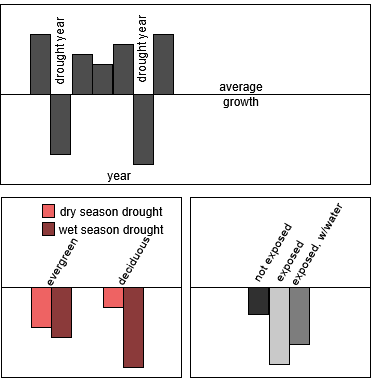
Above: doc/display/hypothesis_schematic.drawio.png in forestgeo/growth-precip-thailand (draw.io), before the change. Source tidied: cells renumbered, new cells last; positions are measured from the earlier drawing's top-left corner, leaving out a move shared by most shapes. Source of this version:
```xml
<mxGraphModel>
  <root>
    <mxCell id="0" />
    <mxCell id="1" parent="0" />
    <mxCell id="2" style="rounded=0;whiteSpace=wrap;html=1;" parent="1" vertex="1">
      <mxGeometry width="370" height="180" as="geometry" />
    </mxCell>
    <mxCell id="3" style="endArrow=none;html=1;rounded=0;exitX=0;exitY=0.5;exitDx=0;exitDy=0;entryX=1;entryY=0.5;entryDx=0;entryDy=0;" parent="1" edge="1" source="12" target="2">
      <mxGeometry relative="1" as="geometry" />
    </mxCell>
    <mxCell id="4" style="rounded=0;whiteSpace=wrap;html=1;fillColor=#4D4D4D;" parent="1" vertex="1">
      <mxGeometry x="30" y="30" width="20" height="60" as="geometry" />
    </mxCell>
    <mxCell id="5" style="rounded=0;whiteSpace=wrap;html=1;fillColor=#4D4D4D;" parent="1" vertex="1">
      <mxGeometry x="50" y="90" width="20" height="60" as="geometry" />
    </mxCell>
    <mxCell id="6" style="rounded=0;whiteSpace=wrap;html=1;fillColor=#4D4D4D;" parent="1" vertex="1">
      <mxGeometry x="72" y="50" width="20" height="40" as="geometry" />
    </mxCell>
    <mxCell id="7" style="rounded=0;whiteSpace=wrap;html=1;fillColor=#4D4D4D;" parent="1" vertex="1">
      <mxGeometry x="92" y="60" width="20" height="30" as="geometry" />
    </mxCell>
    <mxCell id="8" style="rounded=0;whiteSpace=wrap;html=1;fillColor=#4D4D4D;" parent="1" vertex="1">
      <mxGeometry x="113" y="40" width="20" height="50" as="geometry" />
    </mxCell>
    <mxCell id="9" style="rounded=0;whiteSpace=wrap;html=1;fillColor=#4D4D4D;" parent="1" vertex="1">
      <mxGeometry x="133" y="90" width="20" height="70" as="geometry" />
    </mxCell>
    <mxCell id="10" style="rounded=0;whiteSpace=wrap;html=1;fillColor=#4D4D4D;" parent="1" vertex="1">
      <mxGeometry x="153" y="30" width="20" height="60" as="geometry" />
    </mxCell>
    <mxCell id="11" style="endArrow=none;html=1;rounded=0;exitX=0;exitY=0.5;exitDx=0;exitDy=0;entryX=1;entryY=0.5;entryDx=0;entryDy=0;" parent="1" edge="1" source="2" target="12">
      <mxGeometry relative="1" as="geometry" />
    </mxCell>
    <mxCell id="12" value="average growth" style="text;html=1;align=center;verticalAlign=middle;whiteSpace=wrap;rounded=0;" parent="1" vertex="1">
      <mxGeometry x="211" y="75" width="60" height="30" as="geometry" />
    </mxCell>
    <mxCell id="13" value="drought year" style="text;html=1;align=center;verticalAlign=middle;whiteSpace=wrap;rounded=0;rotation=-90;" parent="1" vertex="1">
      <mxGeometry x="92" y="30" width="98" height="30" as="geometry" />
    </mxCell>
    <mxCell id="14" value="drought year" style="text;html=1;align=center;verticalAlign=middle;whiteSpace=wrap;rounded=0;rotation=-90;" parent="1" vertex="1">
      <mxGeometry x="10" y="32" width="98" height="30" as="geometry" />
    </mxCell>
    <mxCell id="15" value="year" style="text;html=1;align=center;verticalAlign=middle;whiteSpace=wrap;rounded=0;" parent="1" vertex="1">
      <mxGeometry x="89" y="156" width="60" height="30" as="geometry" />
    </mxCell>
    <mxCell id="16" style="rounded=0;whiteSpace=wrap;html=1;" parent="1" vertex="1">
      <mxGeometry x="1" y="193" width="180" height="180" as="geometry" />
    </mxCell>
    <mxCell id="17" style="endArrow=none;html=1;rounded=0;exitX=0;exitY=0.5;exitDx=0;exitDy=0;" parent="1" edge="1">
      <mxGeometry relative="1" as="geometry">
        <mxPoint x="1" y="283" as="sourcePoint" />
        <mxPoint x="181" y="283" as="targetPoint" />
      </mxGeometry>
    </mxCell>
    <mxCell id="18" style="rounded=0;whiteSpace=wrap;html=1;fillColor=#EE6363;" parent="1" vertex="1">
      <mxGeometry x="31" y="283" width="20" height="40" as="geometry" />
    </mxCell>
    <mxCell id="19" style="rounded=0;whiteSpace=wrap;html=1;fillColor=#8B3A3A;" parent="1" vertex="1">
      <mxGeometry x="51" y="283" width="20" height="50" as="geometry" />
    </mxCell>
    <mxCell id="20" style="rounded=0;whiteSpace=wrap;html=1;fillColor=#EE6363;" parent="1" vertex="1">
      <mxGeometry x="103" y="283" width="20" height="20" as="geometry" />
    </mxCell>
    <mxCell id="21" style="rounded=0;whiteSpace=wrap;html=1;fillColor=#8B3A3A;" parent="1" vertex="1">
      <mxGeometry x="123" y="283" width="20" height="80" as="geometry" />
    </mxCell>
    <mxCell id="22" style="rounded=0;whiteSpace=wrap;html=1;fillColor=#EE6363;" parent="1" vertex="1">
      <mxGeometry x="42" y="200" width="12" height="13" as="geometry" />
    </mxCell>
    <mxCell id="23" value="dry season drought" style="text;html=1;align=center;verticalAlign=middle;whiteSpace=wrap;rounded=0;" parent="1" vertex="1">
      <mxGeometry x="51" y="191.5" width="120" height="30" as="geometry" />
    </mxCell>
    <mxCell id="24" style="rounded=0;whiteSpace=wrap;html=1;fillColor=#8B3A3A;" parent="1" vertex="1">
      <mxGeometry x="42" y="218" width="12" height="13" as="geometry" />
    </mxCell>
    <mxCell id="25" value="wet season drought" style="text;html=1;align=center;verticalAlign=middle;whiteSpace=wrap;rounded=0;" parent="1" vertex="1">
      <mxGeometry x="51" y="209.5" width="120" height="30" as="geometry" />
    </mxCell>
    <mxCell id="26" value="evergreen" style="text;html=1;align=center;verticalAlign=middle;whiteSpace=wrap;rounded=0;rotation=-60;" parent="1" vertex="1">
      <mxGeometry x="31" y="242" width="60" height="30" as="geometry" />
    </mxCell>
    <mxCell id="27" value="&lt;div&gt;deciduous&lt;/div&gt;" style="text;html=1;align=center;verticalAlign=middle;whiteSpace=wrap;rounded=0;rotation=-60;" parent="1" vertex="1">
      <mxGeometry x="103" y="241" width="60" height="30" as="geometry" />
    </mxCell>
    <mxCell id="28" style="rounded=0;whiteSpace=wrap;html=1;" parent="1" vertex="1">
      <mxGeometry x="190" y="193" width="180" height="180" as="geometry" />
    </mxCell>
    <mxCell id="29" style="endArrow=none;html=1;rounded=0;exitX=0;exitY=0.5;exitDx=0;exitDy=0;" parent="1" edge="1">
      <mxGeometry relative="1" as="geometry">
        <mxPoint x="190" y="283" as="sourcePoint" />
        <mxPoint x="370" y="283" as="targetPoint" />
      </mxGeometry>
    </mxCell>
    <mxCell id="30" style="rounded=0;whiteSpace=wrap;html=1;fillColor=#303030;" parent="1" vertex="1">
      <mxGeometry x="248" y="283" width="20" height="27" as="geometry" />
    </mxCell>
    <mxCell id="31" style="rounded=0;whiteSpace=wrap;html=1;fillColor=#C9C9C9;" parent="1" vertex="1">
      <mxGeometry x="269" y="283" width="20" height="77" as="geometry" />
    </mxCell>
    <mxCell id="32" style="rounded=0;whiteSpace=wrap;html=1;fillColor=#7D7D7D;" parent="1" vertex="1">
      <mxGeometry x="289" y="283" width="20" height="57" as="geometry" />
    </mxCell>
    <mxCell id="33" value="not exposed" style="text;html=1;align=center;verticalAlign=middle;whiteSpace=wrap;rounded=0;rotation=-60;" parent="1" vertex="1">
      <mxGeometry x="227" y="233" width="90" height="30" as="geometry" />
    </mxCell>
    <mxCell id="34" value="exposed" style="text;html=1;align=center;verticalAlign=middle;whiteSpace=wrap;rounded=0;rotation=-60;" parent="1" vertex="1">
      <mxGeometry x="238.8" y="242.2" width="100.5" height="30" as="geometry" />
    </mxCell>
    <mxCell id="35" value="exposed, w/water" style="text;html=1;align=center;verticalAlign=middle;whiteSpace=wrap;rounded=0;rotation=-60;" parent="1" vertex="1">
      <mxGeometry x="258.7" y="225.2" width="114.6" height="30" as="geometry" />
    </mxCell>
  </root>
</mxGraphModel>
```
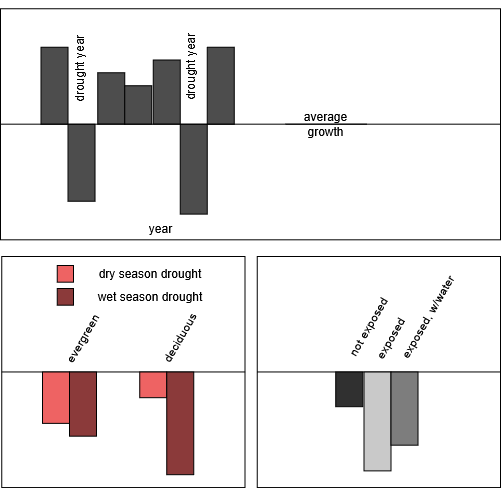
Above is the later version.

What changed in the source:
```diff
@@ -2,113 +2,116 @@
   <root>
     <mxCell id="0" />
     <mxCell id="1" parent="0" />
+    <mxCell id="36" style="group;" parent="1" vertex="1">
+      <mxGeometry y="-4" width="500" height="484" as="geometry" />
+    </mxCell>
-    <mxCell id="2" style="rounded=0;whiteSpace=wrap;html=1;" parent="1" vertex="1">
-      <mxGeometry width="370" height="180" as="geometry" />
+    <mxCell id="2" style="rounded=0;whiteSpace=wrap;html=1;" parent="36" vertex="1">
+      <mxGeometry y="5.1" width="500" height="231.1" as="geometry" />
     </mxCell>
-    <mxCell id="3" style="endArrow=none;html=1;rounded=0;exitX=0;exitY=0.5;exitDx=0;exitDy=0;entryX=1;entryY=0.5;entryDx=0;entryDy=0;" parent="1" edge="1" source="12" target="2">
+    <mxCell id="3" style="endArrow=none;html=1;rounded=0;exitX=0;exitY=0.5;exitDx=0;exitDy=0;entryX=1;entryY=0.5;entryDx=0;entryDy=0;" parent="36" edge="1" source="12" target="2">
       <mxGeometry relative="1" as="geometry" />
     </mxCell>
-    <mxCell id="4" style="rounded=0;whiteSpace=wrap;html=1;fillColor=#4D4D4D;" parent="1" vertex="1">
-      <mxGeometry x="30" y="30" width="20" height="60" as="geometry" />
+    <mxCell id="4" style="rounded=0;whiteSpace=wrap;html=1;fillColor=#4D4D4D;" parent="36" vertex="1">
+      <mxGeometry x="40.5" y="43.6" width="27" height="77" as="geometry" />
     </mxCell>
-    <mxCell id="5" style="rounded=0;whiteSpace=wrap;html=1;fillColor=#4D4D4D;" parent="1" vertex="1">
-      <mxGeometry x="50" y="90" width="20" height="60" as="geometry" />
+    <mxCell id="5" style="rounded=0;whiteSpace=wrap;html=1;fillColor=#4D4D4D;" parent="36" vertex="1">
+      <mxGeometry x="67.6" y="120.7" width="27" height="77" as="geometry" />
     </mxCell>
-    <mxCell id="6" style="rounded=0;whiteSpace=wrap;html=1;fillColor=#4D4D4D;" parent="1" vertex="1">
-      <mxGeometry x="72" y="50" width="20" height="40" as="geometry" />
+    <mxCell id="6" style="rounded=0;whiteSpace=wrap;html=1;fillColor=#4D4D4D;" parent="36" vertex="1">
+      <mxGeometry x="97.3" y="69.3" width="27" height="51.4" as="geometry" />
     </mxCell>
-    <mxCell id="7" style="rounded=0;whiteSpace=wrap;html=1;fillColor=#4D4D4D;" parent="1" vertex="1">
-      <mxGeometry x="92" y="60" width="20" height="30" as="geometry" />
+    <mxCell id="7" style="rounded=0;whiteSpace=wrap;html=1;fillColor=#4D4D4D;" parent="36" vertex="1">
+      <mxGeometry x="124.3" y="82.2" width="27" height="38.5" as="geometry" />
     </mxCell>
-    <mxCell id="8" style="rounded=0;whiteSpace=wrap;html=1;fillColor=#4D4D4D;" parent="1" vertex="1">
-      <mxGeometry x="113" y="40" width="20" height="50" as="geometry" />
+    <mxCell id="8" style="rounded=0;whiteSpace=wrap;html=1;fillColor=#4D4D4D;" parent="36" vertex="1">
+      <mxGeometry x="152.7" y="56.5" width="27" height="64.2" as="geometry" />
     </mxCell>
-    <mxCell id="9" style="rounded=0;whiteSpace=wrap;html=1;fillColor=#4D4D4D;" parent="1" vertex="1">
-      <mxGeometry x="133" y="90" width="20" height="70" as="geometry" />
+    <mxCell id="9" style="rounded=0;whiteSpace=wrap;html=1;fillColor=#4D4D4D;" parent="36" vertex="1">
+      <mxGeometry x="179.7" y="120.7" width="27" height="89.9" as="geometry" />
     </mxCell>
-    <mxCell id="10" style="rounded=0;whiteSpace=wrap;html=1;fillColor=#4D4D4D;" parent="1" vertex="1">
-      <mxGeometry x="153" y="30" width="20" height="60" as="geometry" />
+    <mxCell id="10" style="rounded=0;whiteSpace=wrap;html=1;fillColor=#4D4D4D;" parent="36" vertex="1">
+      <mxGeometry x="206.8" y="43.6" width="27" height="77" as="geometry" />
     </mxCell>
-    <mxCell id="11" style="endArrow=none;html=1;rounded=0;exitX=0;exitY=0.5;exitDx=0;exitDy=0;entryX=1;entryY=0.5;entryDx=0;entryDy=0;" parent="1" edge="1" source="2" target="12">
+    <mxCell id="11" style="endArrow=none;html=1;rounded=0;exitX=0;exitY=0.5;exitDx=0;exitDy=0;entryX=1;entryY=0.5;entryDx=0;entryDy=0;" parent="36" edge="1" source="2" target="12">
       <mxGeometry relative="1" as="geometry" />
     </mxCell>
-    <mxCell id="12" value="average growth" style="text;html=1;align=center;verticalAlign=middle;whiteSpace=wrap;rounded=0;" parent="1" vertex="1">
-      <mxGeometry x="211" y="75" width="60" height="30" as="geometry" />
+    <mxCell id="12" value="average growth" style="text;html=1;align=center;verticalAlign=middle;whiteSpace=wrap;rounded=0;" parent="36" vertex="1">
+      <mxGeometry x="285.1" y="101.4" width="81.1" height="38.5" as="geometry" />
     </mxCell>
-    <mxCell id="13" value="drought year" style="text;html=1;align=center;verticalAlign=middle;whiteSpace=wrap;rounded=0;rotation=-90;" parent="1" vertex="1">
-      <mxGeometry x="92" y="30" width="98" height="30" as="geometry" />
+    <mxCell id="13" value="drought year" style="text;html=1;align=center;verticalAlign=middle;whiteSpace=wrap;rounded=0;rotation=-90;" parent="36" vertex="1">
+      <mxGeometry x="124.3" y="43.6" width="132.4" height="38.5" as="geometry" />
     </mxCell>
-    <mxCell id="14" value="drought year" style="text;html=1;align=center;verticalAlign=middle;whiteSpace=wrap;rounded=0;rotation=-90;" parent="1" vertex="1">
-      <mxGeometry x="10" y="32" width="98" height="30" as="geometry" />
+    <mxCell id="14" value="drought year" style="text;html=1;align=center;verticalAlign=middle;whiteSpace=wrap;rounded=0;rotation=-90;" parent="36" vertex="1">
+      <mxGeometry x="13.5" y="46.2" width="132.4" height="38.5" as="geometry" />
     </mxCell>
-    <mxCell id="15" value="year" style="text;html=1;align=center;verticalAlign=middle;whiteSpace=wrap;rounded=0;" parent="1" vertex="1">
-      <mxGeometry x="89" y="156" width="60" height="30" as="geometry" />
+    <mxCell id="15" value="year" style="text;html=1;align=center;verticalAlign=middle;whiteSpace=wrap;rounded=0;" parent="36" vertex="1">
+      <mxGeometry x="120.3" y="205.4" width="81.1" height="38.5" as="geometry" />
     </mxCell>
-    <mxCell id="16" style="rounded=0;whiteSpace=wrap;html=1;" parent="1" vertex="1">
-      <mxGeometry x="1" y="193" width="180" height="180" as="geometry" />
+    <mxCell id="16" style="rounded=0;whiteSpace=wrap;html=1;" parent="36" vertex="1">
+      <mxGeometry x="1.4" y="252.9" width="243.2" height="231.1" as="geometry" />
     </mxCell>
-    <mxCell id="17" style="endArrow=none;html=1;rounded=0;exitX=0;exitY=0.5;exitDx=0;exitDy=0;" parent="1" edge="1">
+    <mxCell id="17" style="endArrow=none;html=1;rounded=0;exitX=0;exitY=0.5;exitDx=0;exitDy=0;" parent="36" edge="1">
       <mxGeometry relative="1" as="geometry">
-        <mxPoint x="1" y="283" as="sourcePoint" />
-        <mxPoint x="181" y="283" as="targetPoint" />
+        <mxPoint x="1.4" y="368.5" as="sourcePoint" />
+        <mxPoint x="244.6" y="368.5" as="targetPoint" />
       </mxGeometry>
     </mxCell>
-    <mxCell id="18" style="rounded=0;whiteSpace=wrap;html=1;fillColor=#EE6363;" parent="1" vertex="1">
-      <mxGeometry x="31" y="283" width="20" height="40" as="geometry" />
+    <mxCell id="18" style="rounded=0;whiteSpace=wrap;html=1;fillColor=#EE6363;" parent="36" vertex="1">
+      <mxGeometry x="41.9" y="368.5" width="27" height="51.4" as="geometry" />
     </mxCell>
-    <mxCell id="19" style="rounded=0;whiteSpace=wrap;html=1;fillColor=#8B3A3A;" parent="1" vertex="1">
-      <mxGeometry x="51" y="283" width="20" height="50" as="geometry" />
+    <mxCell id="19" style="rounded=0;whiteSpace=wrap;html=1;fillColor=#8B3A3A;" parent="36" vertex="1">
+      <mxGeometry x="68.9" y="368.5" width="27" height="64.2" as="geometry" />
     </mxCell>
-    <mxCell id="20" style="rounded=0;whiteSpace=wrap;html=1;fillColor=#EE6363;" parent="1" vertex="1">
-      <mxGeometry x="103" y="283" width="20" height="20" as="geometry" />
+    <mxCell id="20" style="rounded=0;whiteSpace=wrap;html=1;fillColor=#EE6363;" parent="36" vertex="1">
+      <mxGeometry x="139.2" y="368.5" width="27" height="25.7" as="geometry" />
     </mxCell>
-    <mxCell id="21" style="rounded=0;whiteSpace=wrap;html=1;fillColor=#8B3A3A;" parent="1" vertex="1">
-      <mxGeometry x="123" y="283" width="20" height="80" as="geometry" />
+    <mxCell id="21" style="rounded=0;whiteSpace=wrap;html=1;fillColor=#8B3A3A;" parent="36" vertex="1">
+      <mxGeometry x="166.2" y="368.5" width="27" height="102.7" as="geometry" />
     </mxCell>
-    <mxCell id="22" style="rounded=0;whiteSpace=wrap;html=1;fillColor=#EE6363;" parent="1" vertex="1">
-      <mxGeometry x="42" y="200" width="12" height="13" as="geometry" />
+    <mxCell id="22" style="rounded=0;whiteSpace=wrap;html=1;fillColor=#EE6363;" parent="36" vertex="1">
+      <mxGeometry x="56.8" y="261.9" width="16.2" height="16.7" as="geometry" />
     </mxCell>
-    <mxCell id="23" value="dry season drought" style="text;html=1;align=center;verticalAlign=middle;whiteSpace=wrap;rounded=0;" parent="1" vertex="1">
-      <mxGeometry x="51" y="191.5" width="120" height="30" as="geometry" />
+    <mxCell id="23" value="dry season drought" style="text;html=1;align=center;verticalAlign=middle;whiteSpace=wrap;rounded=0;" parent="36" vertex="1">
+      <mxGeometry x="68.9" y="251" width="162.2" height="38.5" as="geometry" />
     </mxCell>
-    <mxCell id="24" style="rounded=0;whiteSpace=wrap;html=1;fillColor=#8B3A3A;" parent="1" vertex="1">
-      <mxGeometry x="42" y="218" width="12" height="13" as="geometry" />
+    <mxCell id="24" style="rounded=0;whiteSpace=wrap;html=1;fillColor=#8B3A3A;" parent="36" vertex="1">
+      <mxGeometry x="56.8" y="285" width="16.2" height="16.7" as="geometry" />
     </mxCell>
-    <mxCell id="25" value="wet season drought" style="text;html=1;align=center;verticalAlign=middle;whiteSpace=wrap;rounded=0;" parent="1" vertex="1">
-      <mxGeometry x="51" y="209.5" width="120" height="30" as="geometry" />
+    <mxCell id="25" value="wet season drought" style="text;html=1;align=center;verticalAlign=middle;whiteSpace=wrap;rounded=0;" parent="36" vertex="1">
+      <mxGeometry x="68.9" y="274.1" width="162.2" height="38.5" as="geometry" />
     </mxCell>
-    <mxCell id="26" value="evergreen" style="text;html=1;align=center;verticalAlign=middle;whiteSpace=wrap;rounded=0;rotation=-60;" parent="1" vertex="1">
-      <mxGeometry x="31" y="242" width="60" height="30" as="geometry" />
+    <mxCell id="26" value="evergreen" style="text;html=1;align=center;verticalAlign=middle;whiteSpace=wrap;rounded=0;rotation=-60;" parent="36" vertex="1">
+      <mxGeometry x="41.9" y="315.8" width="81.1" height="38.5" as="geometry" />
     </mxCell>
-    <mxCell id="27" value="&lt;div&gt;deciduous&lt;/div&gt;" style="text;html=1;align=center;verticalAlign=middle;whiteSpace=wrap;rounded=0;rotation=-60;" parent="1" vertex="1">
-      <mxGeometry x="103" y="241" width="60" height="30" as="geometry" />
+    <mxCell id="27" value="&lt;div&gt;deciduous&lt;/div&gt;" style="text;html=1;align=center;verticalAlign=middle;whiteSpace=wrap;rounded=0;rotation=-60;" parent="36" vertex="1">
+      <mxGeometry x="139.2" y="314.5" width="81.1" height="38.5" as="geometry" />
     </mxCell>
-    <mxCell id="28" style="rounded=0;whiteSpace=wrap;html=1;" parent="1" vertex="1">
-      <mxGeometry x="190" y="193" width="180" height="180" as="geometry" />
+    <mxCell id="28" style="rounded=0;whiteSpace=wrap;html=1;" parent="36" vertex="1">
+      <mxGeometry x="256.8" y="252.9" width="243.2" height="231.1" as="geometry" />
     </mxCell>
-    <mxCell id="29" style="endArrow=none;html=1;rounded=0;exitX=0;exitY=0.5;exitDx=0;exitDy=0;" parent="1" edge="1">
+    <mxCell id="29" style="endArrow=none;html=1;rounded=0;exitX=0;exitY=0.5;exitDx=0;exitDy=0;" parent="36" edge="1">
       <mxGeometry relative="1" as="geometry">
-        <mxPoint x="190" y="283" as="sourcePoint" />
-        <mxPoint x="370" y="283" as="targetPoint" />
+        <mxPoint x="256.8" y="368.5" as="sourcePoint" />
+        <mxPoint x="500" y="368.5" as="targetPoint" />
       </mxGeometry>
     </mxCell>
-    <mxCell id="30" style="rounded=0;whiteSpace=wrap;html=1;fillColor=#303030;" parent="1" vertex="1">
-      <mxGeometry x="248" y="283" width="20" height="27" as="geometry" />
+    <mxCell id="30" style="rounded=0;whiteSpace=wrap;html=1;fillColor=#303030;" parent="36" vertex="1">
+      <mxGeometry x="335.1" y="368.5" width="27" height="34.7" as="geometry" />
     </mxCell>
-    <mxCell id="31" style="rounded=0;whiteSpace=wrap;html=1;fillColor=#C9C9C9;" parent="1" vertex="1">
-      <mxGeometry x="269" y="283" width="20" height="77" as="geometry" />
+    <mxCell id="31" style="rounded=0;whiteSpace=wrap;html=1;fillColor=#C9C9C9;" parent="36" vertex="1">
+      <mxGeometry x="363.5" y="368.5" width="27" height="98.9" as="geometry" />
     </mxCell>
-    <mxCell id="32" style="rounded=0;whiteSpace=wrap;html=1;fillColor=#7D7D7D;" parent="1" vertex="1">
-      <mxGeometry x="289" y="283" width="20" height="57" as="geometry" />
+    <mxCell id="32" style="rounded=0;whiteSpace=wrap;html=1;fillColor=#7D7D7D;" parent="36" vertex="1">
+      <mxGeometry x="390.5" y="368.5" width="27" height="73.2" as="geometry" />
     </mxCell>
-    <mxCell id="33" value="not exposed" style="text;html=1;align=center;verticalAlign=middle;whiteSpace=wrap;rounded=0;rotation=-60;" parent="1" vertex="1">
-      <mxGeometry x="227" y="233" width="90" height="30" as="geometry" />
+    <mxCell id="33" value="not exposed" style="text;html=1;align=center;verticalAlign=middle;whiteSpace=wrap;rounded=0;rotation=-60;" parent="36" vertex="1">
+      <mxGeometry x="306.8" y="304.3" width="121.6" height="38.5" as="geometry" />
     </mxCell>
-    <mxCell id="34" value="exposed" style="text;html=1;align=center;verticalAlign=middle;whiteSpace=wrap;rounded=0;rotation=-60;" parent="1" vertex="1">
-      <mxGeometry x="238.8" y="242.2" width="100.5" height="30" as="geometry" />
+    <mxCell id="34" value="exposed" style="text;html=1;align=center;verticalAlign=middle;whiteSpace=wrap;rounded=0;rotation=-60;" parent="36" vertex="1">
+      <mxGeometry x="322.6" y="316.1" width="135.8" height="38.5" as="geometry" />
     </mxCell>
-    <mxCell id="35" value="exposed, w/water" style="text;html=1;align=center;verticalAlign=middle;whiteSpace=wrap;rounded=0;rotation=-60;" parent="1" vertex="1">
-      <mxGeometry x="258.7" y="225.2" width="114.6" height="30" as="geometry" />
+    <mxCell id="35" value="exposed, w/water" style="text;html=1;align=center;verticalAlign=middle;whiteSpace=wrap;rounded=0;rotation=-60;" parent="36" vertex="1">
+      <mxGeometry x="349.6" y="294.3" width="154.9" height="38.5" as="geometry" />
     </mxCell>
   </root>
 </mxGraphModel>
```
